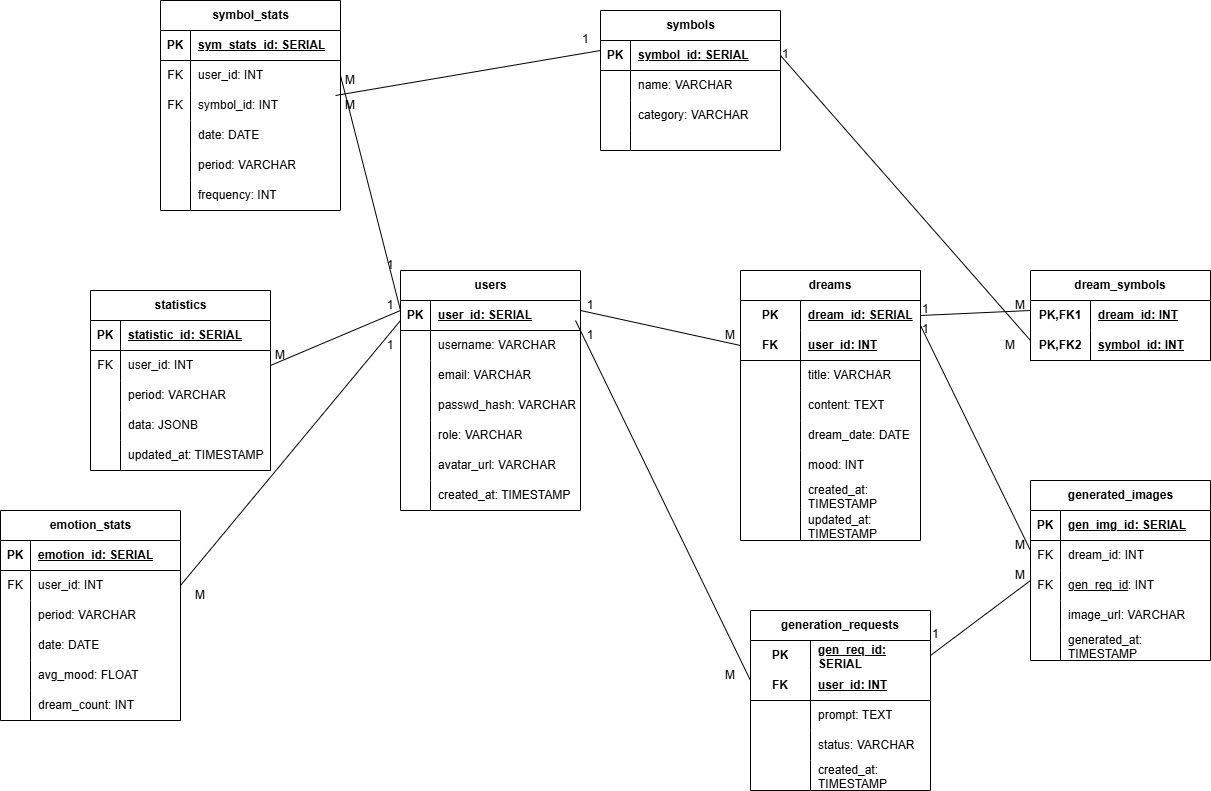
Above: note/img/er.png in kkstyaa/dream-book_project (draw.io), before the change. Source tidied: cells renumbered, new cells last; positions are measured from the earlier drawing's top-left corner, leaving out a move shared by most shapes.
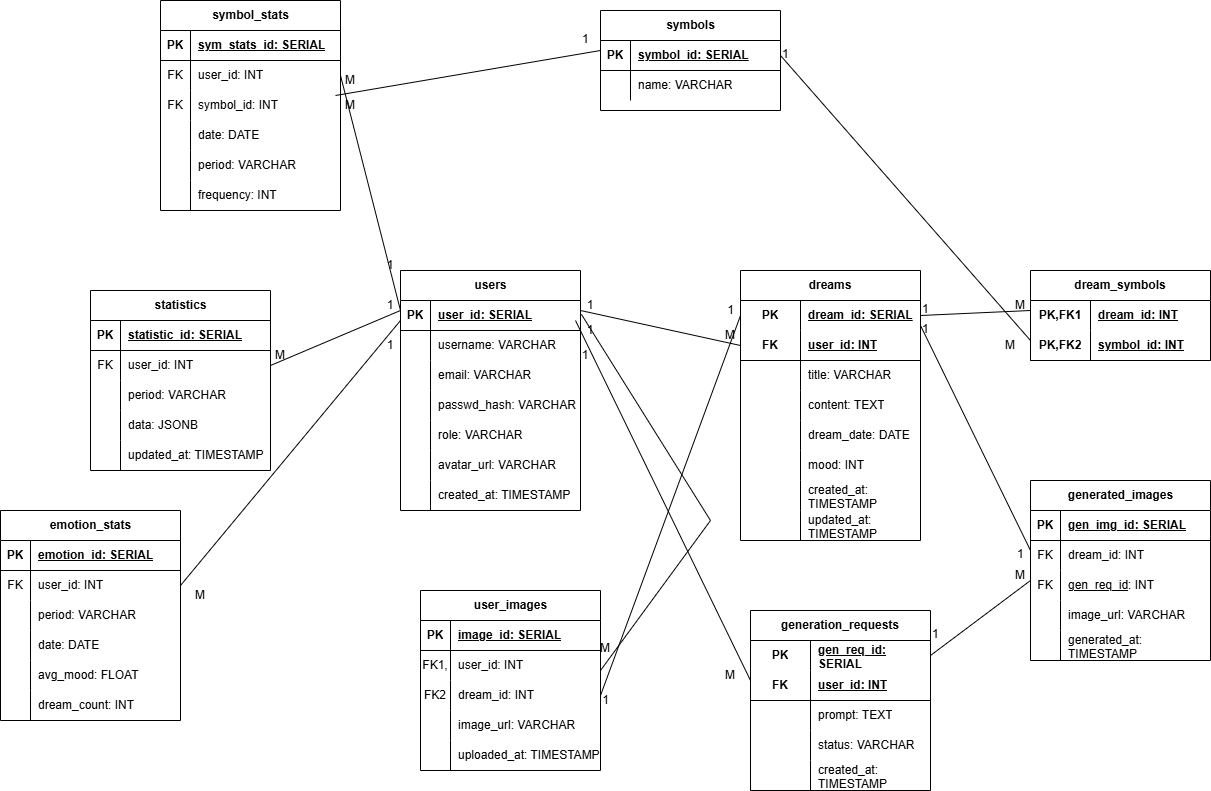
Later version of the same file.

The edit, as a diff of the source:
```diff
@@ -144,7 +144,7 @@
       <mxGeometry x="60" width="120" height="30" as="geometry" />
     </mxCell>
     <mxCell id="49" value="symbols" style="shape=table;startSize=30;rowLines=0;fontStyle=1;align=center;html=1;" parent="1" vertex="1">
-      <mxGeometry x="600" y="10" width="180" height="140" as="geometry" />
+      <mxGeometry x="600" y="10" width="180" height="100" as="geometry" />
     </mxCell>
     <mxCell id="50" style="shape=tableRow;horizontal=0;startSize=0;swimlaneHead=0;swimlaneBody=0;fillColor=none;points=[[0,0.5],[1,0.5]];portConstraint=eastwest;top=0;left=0;right=0;bottom=1;" parent="49" vertex="1">
       <mxGeometry y="30" width="180" height="30" as="geometry" />
@@ -164,24 +164,6 @@
     <mxCell id="55" value="name: VARCHAR" style="shape=partialRectangle;fillColor=none;top=0;left=0;bottom=0;right=0;align=left;spacingLeft=6;overflow=hidden;whiteSpace=wrap;html=1;" parent="53" vertex="1">
       <mxGeometry x="30" width="150" height="30" as="geometry" />
     </mxCell>
-    <mxCell id="56" style="shape=tableRow;horizontal=0;startSize=0;swimlaneHead=0;swimlaneBody=0;fillColor=none;points=[[0,0.5],[1,0.5]];portConstraint=eastwest;top=0;left=0;right=0;bottom=0;" parent="49" vertex="1">
-      <mxGeometry y="90" width="180" height="30" as="geometry" />
-    </mxCell>
-    <mxCell id="57" style="shape=partialRectangle;fillColor=none;top=0;left=0;bottom=0;right=0;overflow=hidden;whiteSpace=wrap;html=1;" parent="56" vertex="1">
-      <mxGeometry width="30" height="30" as="geometry" />
-    </mxCell>
-    <mxCell id="58" value="category: VARCHAR" style="shape=partialRectangle;fillColor=none;top=0;left=0;bottom=0;right=0;align=left;spacingLeft=6;overflow=hidden;whiteSpace=wrap;html=1;" parent="56" vertex="1">
-      <mxGeometry x="30" width="150" height="30" as="geometry" />
-    </mxCell>
-    <mxCell id="59" style="shape=tableRow;horizontal=0;startSize=0;swimlaneHead=0;swimlaneBody=0;fillColor=none;top=0;left=0;right=0;bottom=0;" parent="49" vertex="1">
-      <mxGeometry y="120" width="180" height="20" as="geometry" />
-    </mxCell>
-    <mxCell id="60" style="shape=partialRectangle;fillColor=none;top=0;left=0;bottom=0;right=0;overflow=hidden;whiteSpace=wrap;html=1;" parent="59" vertex="1">
-      <mxGeometry width="30" height="20" as="geometry" />
-    </mxCell>
-    <mxCell id="61" style="shape=partialRectangle;fillColor=none;top=0;left=0;bottom=0;right=0;align=left;spacingLeft=6;overflow=hidden;whiteSpace=wrap;html=1;" parent="59" vertex="1">
-      <mxGeometry x="30" width="150" height="20" as="geometry" />
-    </mxCell>
     <mxCell id="62" value="dream_symbols" style="shape=table;startSize=30;rowLines=0;fontStyle=1;align=center;html=1;whiteSpace=wrap;" parent="1" vertex="1">
       <mxGeometry x="1030" y="270" width="180" height="90" as="geometry" />
     </mxCell>
@@ -500,7 +482,7 @@
       </mxGeometry>
     </mxCell>
     <mxCell id="165" value="1" style="text;html=1;whiteSpace=wrap;strokeColor=none;fillColor=none;align=center;verticalAlign=middle;rounded=0;" parent="1" vertex="1">
-      <mxGeometry x="560" y="320" width="60" height="30" as="geometry" />
+      <mxGeometry x="560" y="315" width="60" height="30" as="geometry" />
     </mxCell>
     <mxCell id="166" value="M" style="text;html=1;whiteSpace=wrap;strokeColor=none;fillColor=none;align=center;verticalAlign=middle;rounded=0;" parent="1" vertex="1">
       <mxGeometry x="700" y="660" width="60" height="30" as="geometry" />
@@ -554,9 +536,6 @@
         <mxPoint x="1030" y="550" as="targetPoint" />
       </mxGeometry>
     </mxCell>
-    <mxCell id="180" value="M" style="text;html=1;whiteSpace=wrap;strokeColor=none;fillColor=none;align=center;verticalAlign=middle;rounded=0;" parent="1" vertex="1">
-      <mxGeometry x="990" y="530" width="60" height="30" as="geometry" />
-    </mxCell>
     <mxCell id="181" value="1" style="text;whiteSpace=wrap;html=1;" parent="1" vertex="1">
       <mxGeometry x="920" y="315" width="40" height="40" as="geometry" />
     </mxCell>
@@ -571,5 +550,81 @@
     <mxCell id="184" value="1" style="text;whiteSpace=wrap;html=1;" parent="1" vertex="1">
       <mxGeometry x="930" y="620" width="40" height="20" as="geometry" />
     </mxCell>
+    <mxCell id="185" value="user_images" style="shape=table;startSize=30;rowLines=0;fontStyle=1;align=center;html=1;" parent="1" vertex="1">
+      <mxGeometry x="420" y="590" width="180" height="180" as="geometry" />
+    </mxCell>
+    <mxCell id="186" style="shape=tableRow;horizontal=0;startSize=0;swimlaneHead=0;swimlaneBody=0;fillColor=none;top=0;left=0;right=0;bottom=1;" parent="185" vertex="1">
+      <mxGeometry y="30" width="180" height="30" as="geometry" />
+    </mxCell>
+    <mxCell id="187" value="PK" style="shape=partialRectangle;fillColor=none;top=0;left=0;bottom=0;right=0;fontStyle=1;overflow=hidden;whiteSpace=wrap;html=1;" parent="186" vertex="1">
+      <mxGeometry width="30" height="30" as="geometry" />
+    </mxCell>
+    <mxCell id="188" value="image_id: SERIAL" style="shape=partialRectangle;fillColor=none;top=0;left=0;bottom=0;right=0;align=left;spacingLeft=6;fontStyle=5;overflow=hidden;whiteSpace=wrap;html=1;" parent="186" vertex="1">
+      <mxGeometry x="30" width="150" height="30" as="geometry" />
+    </mxCell>
+    <mxCell id="189" style="shape=tableRow;horizontal=0;startSize=0;swimlaneHead=0;swimlaneBody=0;fillColor=none;top=0;left=0;right=0;bottom=0;" parent="185" vertex="1">
+      <mxGeometry y="60" width="180" height="30" as="geometry" />
+    </mxCell>
+    <mxCell id="190" value="FK1," style="shape=partialRectangle;fillColor=none;top=0;left=0;bottom=0;right=0;overflow=hidden;whiteSpace=wrap;html=1;" parent="189" vertex="1">
+      <mxGeometry width="30" height="30" as="geometry" />
+    </mxCell>
+    <mxCell id="191" value="user_id: INT" style="shape=partialRectangle;fillColor=none;top=0;left=0;bottom=0;right=0;align=left;spacingLeft=6;overflow=hidden;whiteSpace=wrap;html=1;" parent="189" vertex="1">
+      <mxGeometry x="30" width="150" height="30" as="geometry" />
+    </mxCell>
+    <mxCell id="56" style="shape=tableRow;horizontal=0;startSize=0;swimlaneHead=0;swimlaneBody=0;fillColor=none;points=[[0,0.5],[1,0.5]];portConstraint=eastwest;top=0;left=0;right=0;bottom=0;" parent="185" vertex="1">
+      <mxGeometry y="90" width="180" height="30" as="geometry" />
+    </mxCell>
+    <mxCell id="192" value="FK2" style="shape=partialRectangle;fillColor=none;top=0;left=0;bottom=0;right=0;overflow=hidden;whiteSpace=wrap;html=1;" parent="56" vertex="1">
+      <mxGeometry width="30" height="30" as="geometry" />
+    </mxCell>
+    <mxCell id="193" value="dream_id: INT" style="shape=partialRectangle;fillColor=none;top=0;left=0;bottom=0;right=0;align=left;spacingLeft=6;overflow=hidden;whiteSpace=wrap;html=1;" parent="56" vertex="1">
+      <mxGeometry x="30" width="150" height="30" as="geometry" />
+    </mxCell>
+    <mxCell id="194" style="shape=tableRow;horizontal=0;startSize=0;swimlaneHead=0;swimlaneBody=0;fillColor=none;top=0;left=0;right=0;bottom=0;" parent="185" vertex="1">
+      <mxGeometry y="120" width="180" height="30" as="geometry" />
+    </mxCell>
+    <mxCell id="195" style="shape=partialRectangle;fillColor=none;top=0;left=0;bottom=0;right=0;overflow=hidden;whiteSpace=wrap;html=1;" parent="194" vertex="1">
+      <mxGeometry width="30" height="30" as="geometry" />
+    </mxCell>
+    <mxCell id="196" value="image_url: VARCHAR" style="shape=partialRectangle;fillColor=none;top=0;left=0;bottom=0;right=0;align=left;spacingLeft=6;overflow=hidden;whiteSpace=wrap;html=1;" parent="194" vertex="1">
+      <mxGeometry x="30" width="150" height="30" as="geometry" />
+    </mxCell>
+    <mxCell id="197" style="shape=tableRow;horizontal=0;startSize=0;swimlaneHead=0;swimlaneBody=0;fillColor=none;top=0;left=0;right=0;bottom=0;" parent="185" vertex="1">
+      <mxGeometry y="150" width="180" height="30" as="geometry" />
+    </mxCell>
+    <mxCell id="198" style="shape=partialRectangle;fillColor=none;top=0;left=0;bottom=0;right=0;overflow=hidden;whiteSpace=wrap;html=1;" parent="197" vertex="1">
+      <mxGeometry width="30" height="30" as="geometry" />
+    </mxCell>
+    <mxCell id="199" value="uploaded_at: TIMESTAMP" style="shape=partialRectangle;fillColor=none;top=0;left=0;bottom=0;right=0;align=left;spacingLeft=6;overflow=hidden;whiteSpace=wrap;html=1;" parent="197" vertex="1">
+      <mxGeometry x="30" width="150" height="30" as="geometry" />
+    </mxCell>
+    <mxCell id="200" style="endArrow=none;html=1;rounded=0;exitX=1;exitY=0.5;exitDx=0;exitDy=0;" parent="1" edge="1" source="56">
+      <mxGeometry relative="1" as="geometry">
+        <mxPoint x="740" y="315" as="targetPoint" />
+      </mxGeometry>
+    </mxCell>
+    <mxCell id="201" value="1" style="text;html=1;align=center;verticalAlign=middle;strokeColor=none;fillColor=none;" parent="1" vertex="1">
+      <mxGeometry x="590" y="685" width="30" height="30" as="geometry" />
+    </mxCell>
+    <mxCell id="202" value="1" style="text;html=1;align=center;verticalAlign=middle;strokeColor=none;fillColor=none;" parent="1" vertex="1">
+      <mxGeometry x="715" y="295" width="30" height="30" as="geometry" />
+    </mxCell>
+    <mxCell id="203" style="endArrow=none;html=1;rounded=0;entryX=0.348;entryY=-0.041;entryDx=0;entryDy=0;entryPerimeter=0;" parent="1" edge="1" target="165">
+      <mxGeometry relative="1" as="geometry">
+        <mxPoint x="600" y="670" as="sourcePoint" />
+        <Array as="points">
+          <mxPoint x="710" y="520" />
+        </Array>
+      </mxGeometry>
+    </mxCell>
+    <mxCell id="180" value="M" style="text;html=1;whiteSpace=wrap;strokeColor=none;fillColor=none;align=center;verticalAlign=middle;rounded=0;" parent="1" vertex="1">
+      <mxGeometry x="595" y="640" width="20" height="15" as="geometry" />
+    </mxCell>
+    <mxCell id="204" value="1" style="text;html=1;whiteSpace=wrap;strokeColor=none;fillColor=none;align=center;verticalAlign=middle;rounded=0;" parent="1" vertex="1">
+      <mxGeometry x="575" y="345" width="20" height="20" as="geometry" />
+    </mxCell>
+    <mxCell id="205" value="1" style="text;whiteSpace=wrap;html=1;" parent="1" vertex="1">
+      <mxGeometry x="1015" y="540" width="10" height="20" as="geometry" />
+    </mxCell>
   </root>
 </mxGraphModel>
```
